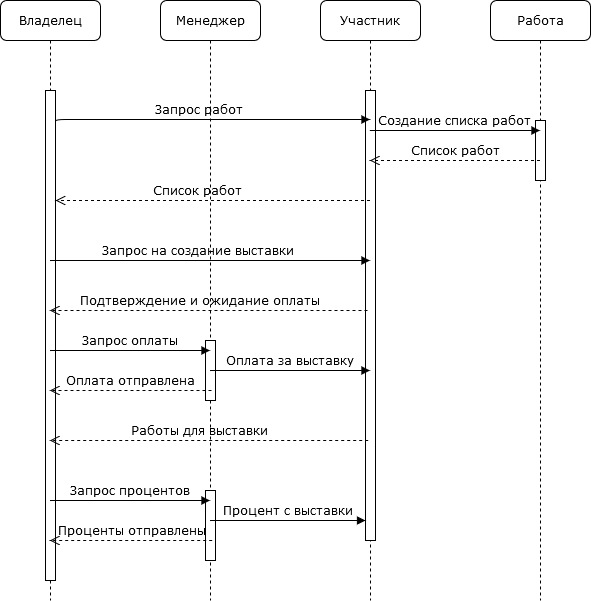
This is Создание выставки.png from MrSandman5/ApplicationArchitecture, a draw.io export, as it was before one commit. Source tidied: cells renumbered, new cells last; positions are measured from the earlier drawing's top-left corner, leaving out a move shared by most shapes.
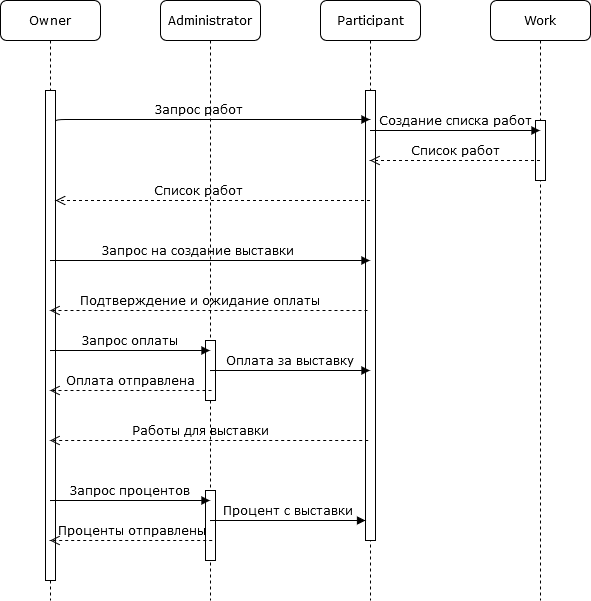
After the commit.

The edit, as a diff of the source:
```diff
@@ -2,7 +2,7 @@
   <root>
     <mxCell id="0" />
     <mxCell id="1" parent="0" />
-    <mxCell id="2" value="Менеджер" style="shape=umlLifeline;perimeter=lifelinePerimeter;whiteSpace=wrap;html=1;outlineConnect=0;rounded=1;shadow=0;comic=0;labelBackgroundColor=none;strokeWidth=1;fontFamily=Verdana;fontSize=12;align=center;" parent="1" vertex="1">
+    <mxCell id="2" value="Administrator" style="shape=umlLifeline;perimeter=lifelinePerimeter;whiteSpace=wrap;html=1;outlineConnect=0;rounded=1;shadow=0;comic=0;labelBackgroundColor=none;strokeWidth=1;fontFamily=Verdana;fontSize=12;align=center;" parent="1" vertex="1">
       <mxGeometry x="160" width="100" height="600" as="geometry" />
     </mxCell>
     <mxCell id="3" style="html=1;perimeter=orthogonalPerimeter;rounded=0;shadow=0;comic=0;labelBackgroundColor=none;strokeWidth=1;fontFamily=Verdana;fontSize=12;align=center;" parent="2" vertex="1">
@@ -11,19 +11,19 @@
     <mxCell id="4" style="html=1;perimeter=orthogonalPerimeter;rounded=0;shadow=0;comic=0;labelBackgroundColor=none;strokeWidth=1;fontFamily=Verdana;fontSize=12;align=center;" parent="2" vertex="1">
       <mxGeometry x="45" y="490" width="10" height="70" as="geometry" />
     </mxCell>
-    <mxCell id="5" value="Участник" style="shape=umlLifeline;perimeter=lifelinePerimeter;whiteSpace=wrap;html=1;outlineConnect=0;rounded=1;shadow=0;comic=0;labelBackgroundColor=none;strokeWidth=1;fontFamily=Verdana;fontSize=12;align=center;" parent="1" vertex="1">
+    <mxCell id="5" value="Participant" style="shape=umlLifeline;perimeter=lifelinePerimeter;whiteSpace=wrap;html=1;outlineConnect=0;rounded=1;shadow=0;comic=0;labelBackgroundColor=none;strokeWidth=1;fontFamily=Verdana;fontSize=12;align=center;" parent="1" vertex="1">
       <mxGeometry x="320" width="100" height="600" as="geometry" />
     </mxCell>
     <mxCell id="6" style="html=1;points=[];perimeter=orthogonalPerimeter;rounded=0;shadow=0;comic=0;labelBackgroundColor=none;strokeWidth=1;fontFamily=Verdana;fontSize=12;align=center;" parent="5" vertex="1">
       <mxGeometry x="45" y="90" width="10" height="450" as="geometry" />
     </mxCell>
-    <mxCell id="7" value="Работа" style="shape=umlLifeline;perimeter=lifelinePerimeter;whiteSpace=wrap;html=1;outlineConnect=0;rounded=1;shadow=0;comic=0;labelBackgroundColor=none;strokeWidth=1;fontFamily=Verdana;fontSize=12;align=center;" parent="1" vertex="1">
+    <mxCell id="7" value="Work" style="shape=umlLifeline;perimeter=lifelinePerimeter;whiteSpace=wrap;html=1;outlineConnect=0;rounded=1;shadow=0;comic=0;labelBackgroundColor=none;strokeWidth=1;fontFamily=Verdana;fontSize=12;align=center;" parent="1" vertex="1">
       <mxGeometry x="490" width="100" height="600" as="geometry" />
     </mxCell>
     <mxCell id="8" style="html=1;perimeter=orthogonalPerimeter;rounded=0;shadow=0;comic=0;labelBackgroundColor=none;strokeWidth=1;fontFamily=Verdana;fontSize=12;align=center;" parent="7" vertex="1">
       <mxGeometry x="45" y="120" width="10" height="60" as="geometry" />
     </mxCell>
-    <mxCell id="9" value="Владелец" style="shape=umlLifeline;perimeter=lifelinePerimeter;whiteSpace=wrap;html=1;outlineConnect=0;rounded=1;shadow=0;comic=0;labelBackgroundColor=none;strokeWidth=1;fontFamily=Verdana;fontSize=12;align=center;" parent="1" vertex="1">
+    <mxCell id="9" value="Owner" style="shape=umlLifeline;perimeter=lifelinePerimeter;whiteSpace=wrap;html=1;outlineConnect=0;rounded=1;shadow=0;comic=0;labelBackgroundColor=none;strokeWidth=1;fontFamily=Verdana;fontSize=12;align=center;" parent="1" vertex="1">
       <mxGeometry width="100" height="600" as="geometry" />
     </mxCell>
     <mxCell id="10" style="html=1;points=[];perimeter=orthogonalPerimeter;rounded=0;shadow=0;comic=0;labelBackgroundColor=none;strokeWidth=1;fontFamily=Verdana;fontSize=12;align=center;" parent="9" vertex="1">
```
